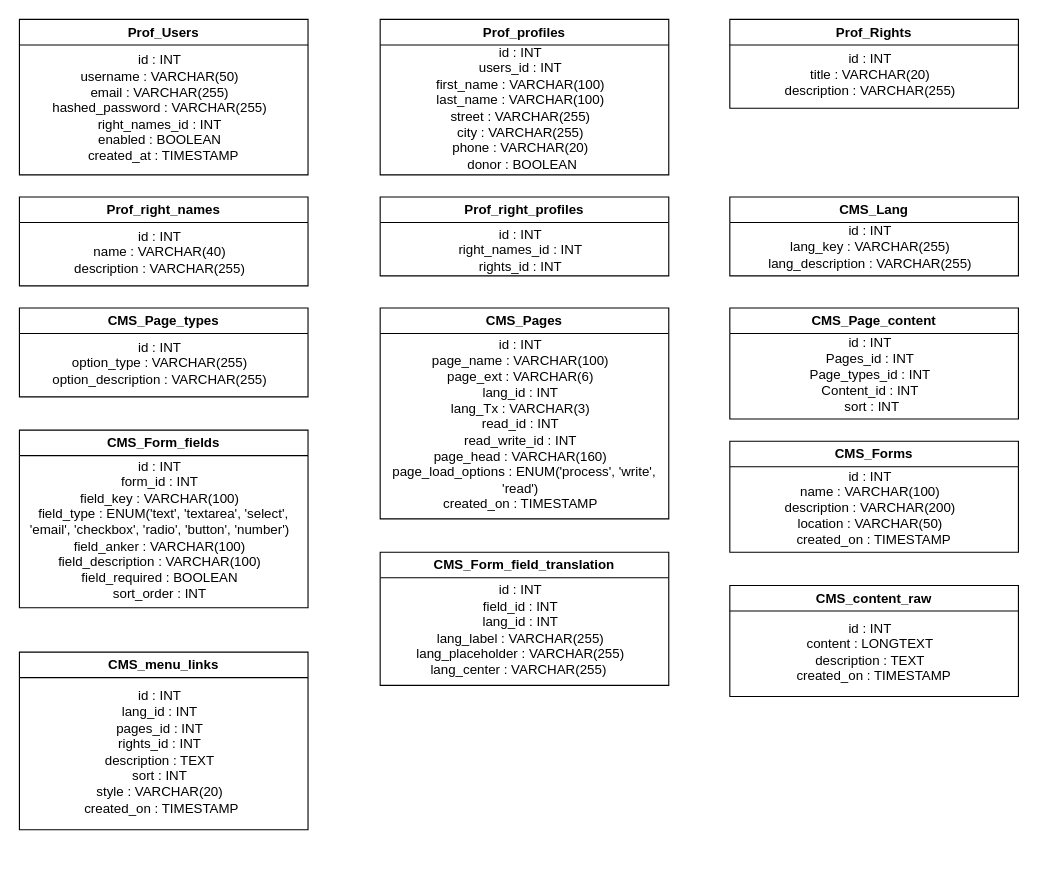
Earlier version of the draw.io diagram Fontys - Project 1/CMS/database.drawio (R3dpriest/Study_Pr_1). Source tidied: cells renumbered, new cells numbered last; positions are measured from the earlier drawing's top-left corner, leaving out a move shared by most shapes. Both pictures are drawn from the tidied source at 111%, with x=0, y=0 at pixel (19, 19).
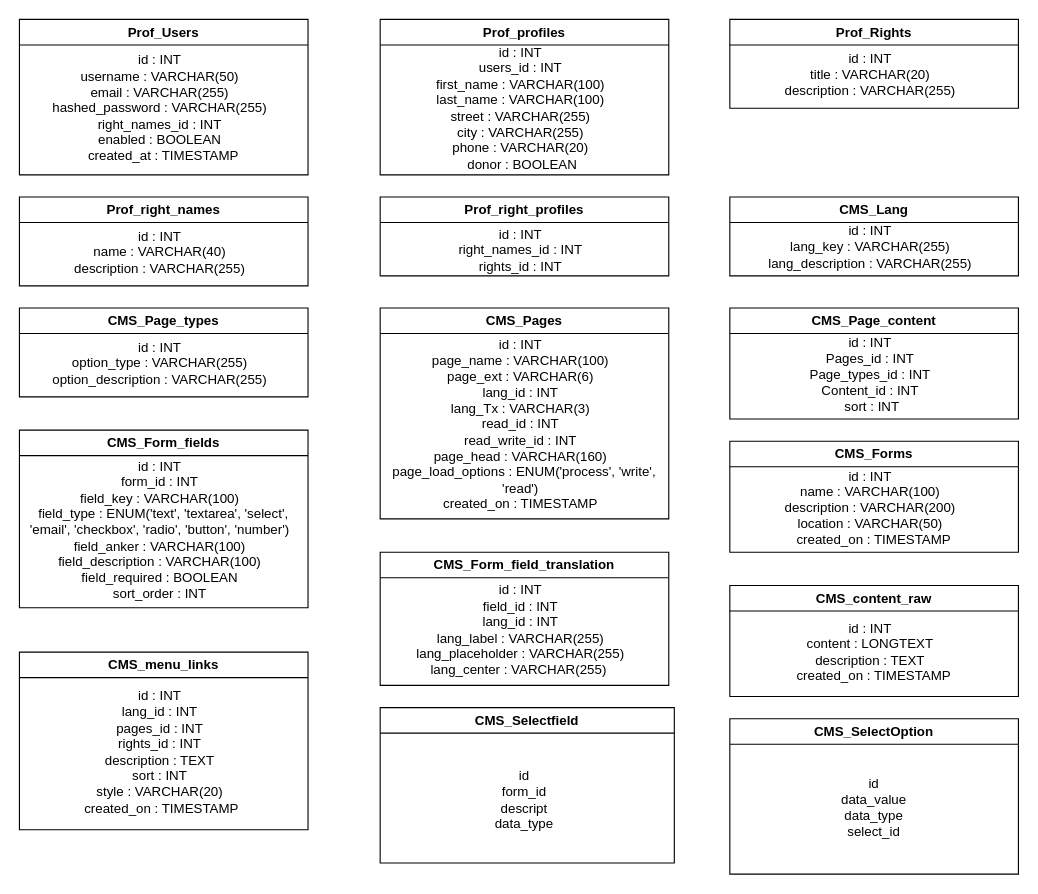
The same diagram, later.

Change to the diagram source:
```diff
@@
+    <mxCell id="30" value="CMS_Selectfield" style="swimlane;whiteSpace=wrap;html=1;" parent="1" vertex="1">
+      <mxGeometry x="325" y="620" width="265" height="140" as="geometry" />
+    </mxCell>
+    <mxCell id="31" value="id&lt;br&gt;form_id&lt;br&gt;descript&lt;br&gt;data_type" style="text;html=1;align=center;verticalAlign=middle;whiteSpace=wrap;rounded=0;" parent="30" vertex="1">
+      <mxGeometry y="25" width="260" height="115" as="geometry" />
+    </mxCell>
+    <mxCell id="32" value="CMS_SelectOption" style="swimlane;whiteSpace=wrap;html=1;" parent="1" vertex="1">
+      <mxGeometry x="640" y="630" width="260" height="140" as="geometry" />
+    </mxCell>
+    <mxCell id="33" value="id&lt;br&gt;data_value&lt;br&gt;data_type&lt;br&gt;select_id" style="text;html=1;align=center;verticalAlign=middle;whiteSpace=wrap;rounded=0;" parent="32" vertex="1">
+      <mxGeometry y="20" width="260" height="120" as="geometry" />
+    </mxCell>
```
